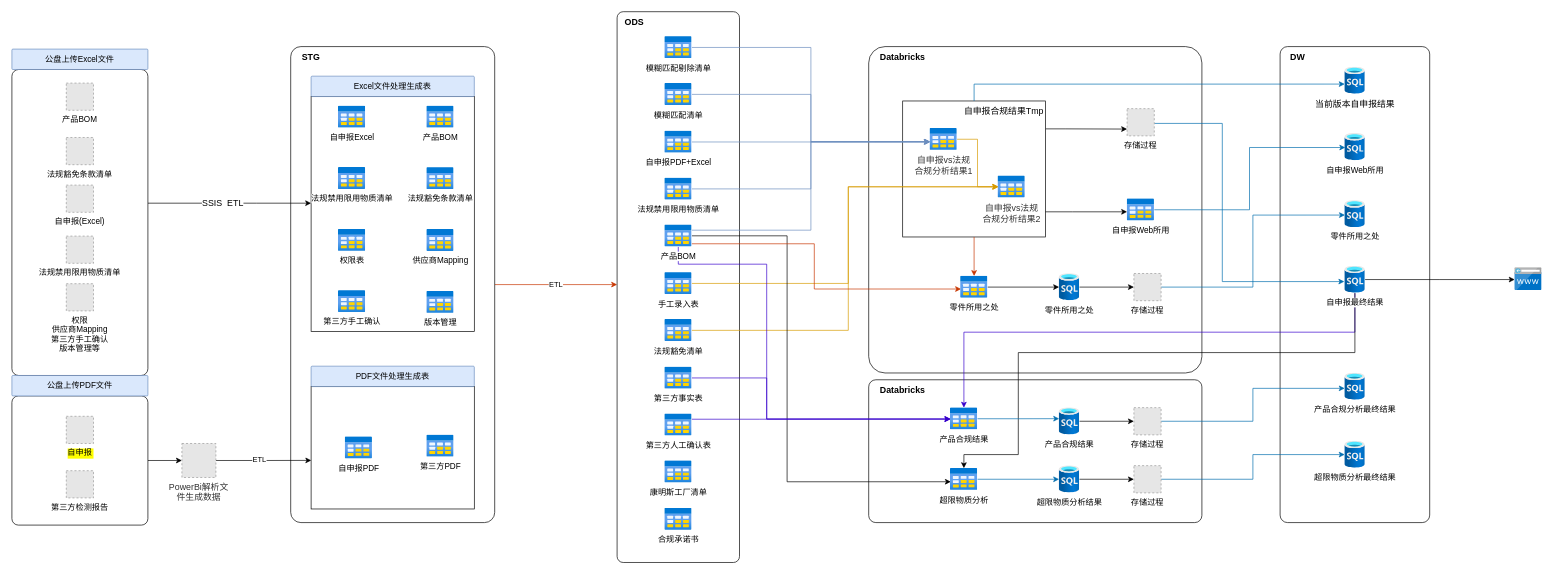
The draw.io diagram 未命名绘图.drawio in newforesee/test, before the edit. Source tidied: cells renumbered, new cells numbered last; positions are measured from the earlier drawing's top-left corner, leaving out a move shared by most shapes. Both pictures are drawn from the tidied source at 68%, with x=0, y=0 at pixel (12, 12). Pictures stored in the file or linked from it are replaced by grey dashed boxes.
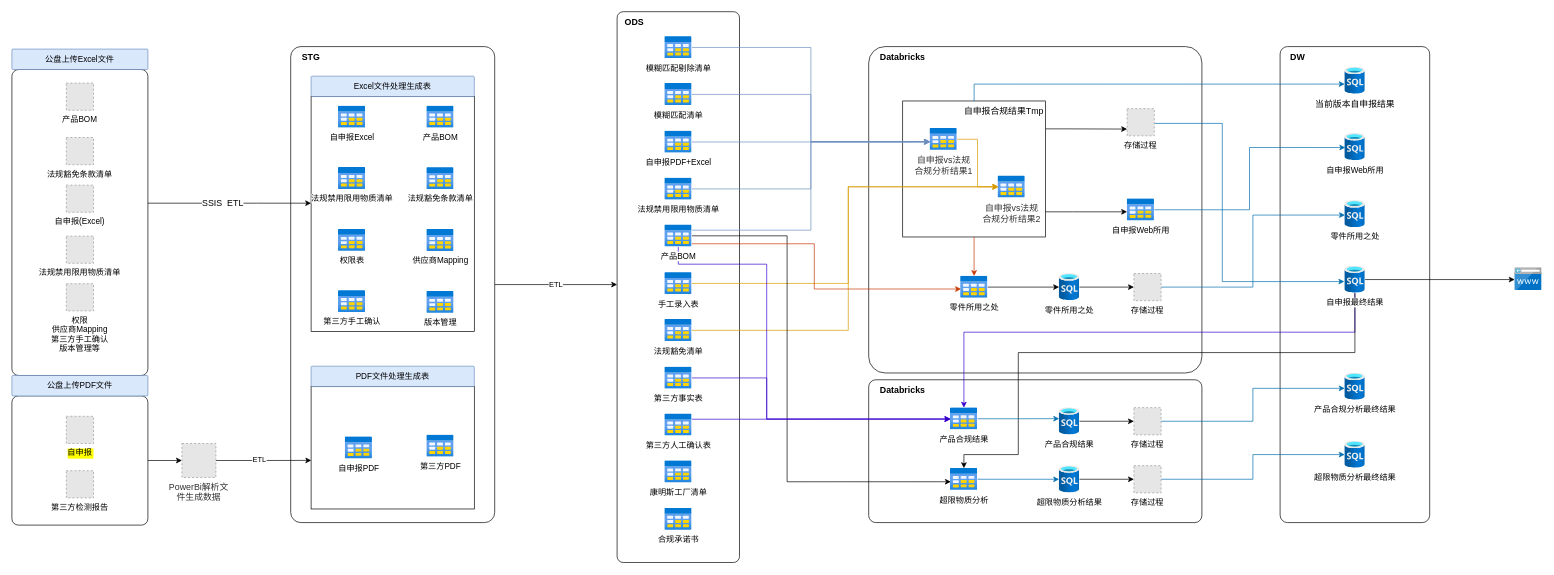
Above is the later version.

Commit message (it also covers changes not shown here):
更新未命名绘图.drawio

The change refers to these unchanged cells:
```xml
<mxCell id="3" style="rounded=1;whiteSpace=wrap;html=1;labelBackgroundColor=#FFFF00;arcSize=5;" parent="1" vertex="1">
  <mxGeometry x="410" y="51" width="300" height="700" as="geometry" />
</mxCell>
```

Change to the diagram source:
```diff
@@
-    <mxCell id="2" value="ETL" style="edgeStyle=orthogonalEdgeStyle;rounded=0;jettySize=auto;html=1;strokeColor=#C73500;" parent="1" edge="1" source="3">
+    <mxCell id="2" value="ETL" style="edgeStyle=orthogonalEdgeStyle;rounded=0;jettySize=auto;html=1;strokeColor=#000000;" parent="1" edge="1" source="3">
       <mxGeometry relative="1" as="geometry">
         <mxPoint x="890" y="401" as="targetPoint" />
       </mxGeometry>
     </mxCell>
```
